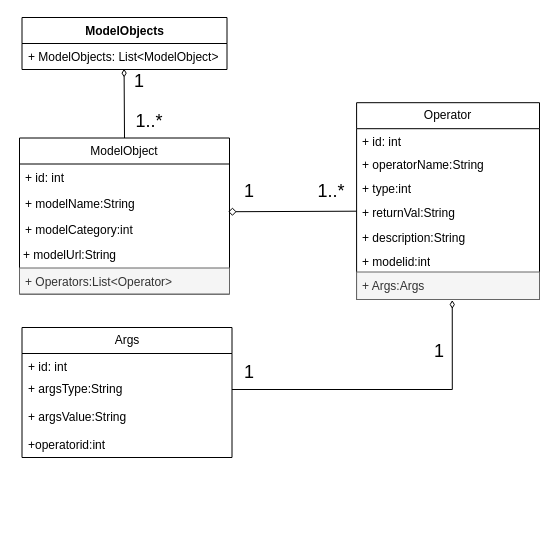
This is page "第 1 页" (1 of 2) of tree.drawio from liujing-maker/IDEA, a draw.io file, before an edit. Source tidied: cells renumbered, new cells numbered last; positions are measured from the earlier drawing's top-left corner, leaving out a move shared by most shapes. Both pictures are drawn from the tidied source at 100%, with x=0, y=0 at pixel (17, 17).
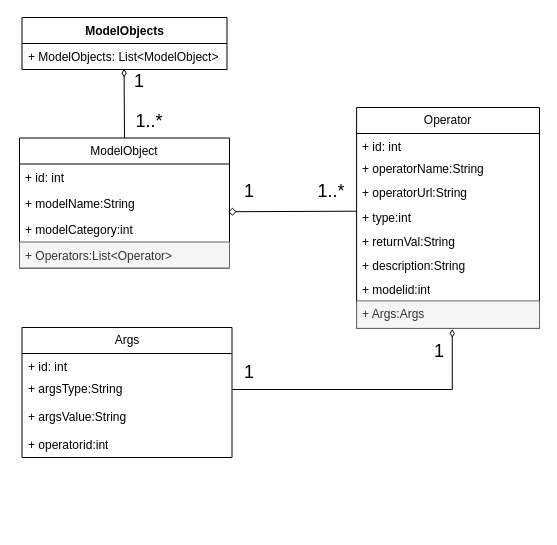
Above is the later version.

The change refers to these unchanged cells:
```xml
<mxCell id="2" style="group;" parent="1" vertex="1">
  <mxGeometry x="4.5" y="123.5" width="210" height="150" as="geometry" />
</mxCell>
<mxCell id="19" value="Args" style="swimlane;fontStyle=0;horizontal=1;startSize=26;fillColor=none;whiteSpace=wrap;html=1;" parent="18" vertex="1">
  <mxGeometry width="210" height="130" as="geometry" />
</mxCell>
```

Diff of the diagram source:
```diff
@@
     <mxCell id="3" value="ModelObject" style="swimlane;fontStyle=0;horizontal=1;startSize=26;fillColor=none;whiteSpace=wrap;html=1;" parent="2" vertex="1">
-      <mxGeometry x="-2.5" y="-3" width="210" height="156" as="geometry" />
+      <mxGeometry x="-2.5" y="-3" width="210" height="130" as="geometry" />
     </mxCell>
@@
-    <mxCell id="7" style="text;strokeColor=none;fillColor=none;align=left;verticalAlign=top;spacingLeft=4;spacingRight=4;overflow=hidden;whiteSpace=wrap;html=1;" parent="3" vertex="1">
-      <mxGeometry y="104" width="210" height="26" as="geometry" />
-    </mxCell>
     <mxCell id="8" value="&lt;span style=&quot;color: rgb(51, 51, 51);&quot;&gt;+ Operators:List&amp;lt;Operator&amp;gt;&lt;/span&gt;" style="text;strokeColor=#666666;fillColor=#f5f5f5;align=left;verticalAlign=top;spacingLeft=4;spacingRight=4;overflow=hidden;whiteSpace=wrap;html=1;fontColor=#333333;" parent="3" vertex="1">
-      <mxGeometry y="130" width="210" height="26" as="geometry" />
+      <mxGeometry y="104" width="210" height="26" as="geometry" />
     </mxCell>
     <mxCell id="9" style="group;" parent="1" vertex="1">
-      <mxGeometry x="322" y="85.2" width="200" height="200.7" as="geometry" />
+      <mxGeometry x="322" y="90" width="200" height="200.7" as="geometry" />
     </mxCell>
     <mxCell id="10" value="Operator" style="swimlane;fontStyle=0;horizontal=1;startSize=26;fillColor=none;whiteSpace=wrap;html=1;" parent="9" vertex="1">
-      <mxGeometry x="17.1" width="182.9" height="196.8" as="geometry" />
+      <mxGeometry x="17.1" width="182.9" height="220.9" as="geometry" />
     </mxCell>
@@
+    <mxCell id="37" value="+ operatorUrl:String&amp;nbsp;" style="text;strokeColor=none;fillColor=none;align=left;verticalAlign=top;spacingLeft=4;spacingRight=4;overflow=hidden;whiteSpace=wrap;html=1;" parent="10" vertex="1">
+      <mxGeometry y="72.4" width="182.9" height="24.1" as="geometry" />
+    </mxCell>
     <mxCell id="13" value="+ type:int" style="text;strokeColor=none;fillColor=none;align=left;verticalAlign=top;spacingLeft=4;spacingRight=4;overflow=hidden;whiteSpace=wrap;html=1;" parent="10" vertex="1">
-      <mxGeometry y="72.4" width="182.9" height="24.1" as="geometry" />
+      <mxGeometry y="96.5" width="182.9" height="24.1" as="geometry" />
     </mxCell>
     <mxCell id="14" value="+&amp;nbsp;returnVal:String" style="text;strokeColor=none;fillColor=none;align=left;verticalAlign=top;spacingLeft=4;spacingRight=4;overflow=hidden;whiteSpace=wrap;html=1;" parent="10" vertex="1">
-      <mxGeometry y="96.5" width="182.9" height="24.8" as="geometry" />
+      <mxGeometry y="120.6" width="182.9" height="24.8" as="geometry" />
     </mxCell>
     <mxCell id="15" value="+ description:String" style="text;strokeColor=none;fillColor=none;align=left;verticalAlign=top;spacingLeft=4;spacingRight=4;overflow=hidden;whiteSpace=wrap;html=1;" parent="10" vertex="1">
-      <mxGeometry y="121.3" width="182.9" height="24" as="geometry" />
+      <mxGeometry y="145.4" width="182.9" height="24" as="geometry" />
     </mxCell>
     <mxCell id="16" value="+ modelid:int" style="text;strokeColor=none;fillColor=none;align=left;verticalAlign=top;spacingLeft=4;spacingRight=4;overflow=hidden;whiteSpace=wrap;html=1;" parent="10" vertex="1">
-      <mxGeometry y="145.3" width="182.9" height="24" as="geometry" />
+      <mxGeometry y="169.4" width="182.9" height="24" as="geometry" />
     </mxCell>
     <mxCell id="17" value="+ Args:Args" style="text;strokeColor=#666666;fillColor=#f5f5f5;align=left;verticalAlign=top;spacingLeft=4;spacingRight=4;overflow=hidden;points=[[0,0.5],[1,0.5]];portConstraint=eastwest;whiteSpace=wrap;html=1;fontColor=#333333;" parent="10" vertex="1">
-      <mxGeometry y="169.3" width="182.9" height="27.5" as="geometry" />
+      <mxGeometry y="193.4" width="182.9" height="27.5" as="geometry" />
     </mxCell>
@@
-    <mxCell id="23" value="+operatorid:int" style="text;strokeColor=none;fillColor=none;align=left;verticalAlign=top;spacingLeft=4;spacingRight=4;overflow=hidden;whiteSpace=wrap;html=1;" parent="19" vertex="1">
+    <mxCell id="23" value="+ operatorid:int" style="text;strokeColor=none;fillColor=none;align=left;verticalAlign=top;spacingLeft=4;spacingRight=4;overflow=hidden;whiteSpace=wrap;html=1;" parent="19" vertex="1">
       <mxGeometry y="104" width="210" height="26" as="geometry" />
     </mxCell>
@@
-    <mxCell id="35" style="text;align=left;verticalAlign=top;spacingLeft=4;spacingRight=4;overflow=hidden;whiteSpace=wrap;html=1;" parent="1" vertex="1">
-      <mxGeometry x="2" y="229.3" width="210" height="26" as="geometry" />
-    </mxCell>
-    <mxCell id="36" value="+ modelUrl:String" style="text;strokeColor=none;fillColor=none;align=left;verticalAlign=top;spacingLeft=4;spacingRight=4;overflow=hidden;whiteSpace=wrap;html=1;" parent="1" vertex="1">
-      <mxGeometry x="-0.5" y="224" width="210" height="26" as="geometry" />
-    </mxCell>
```
